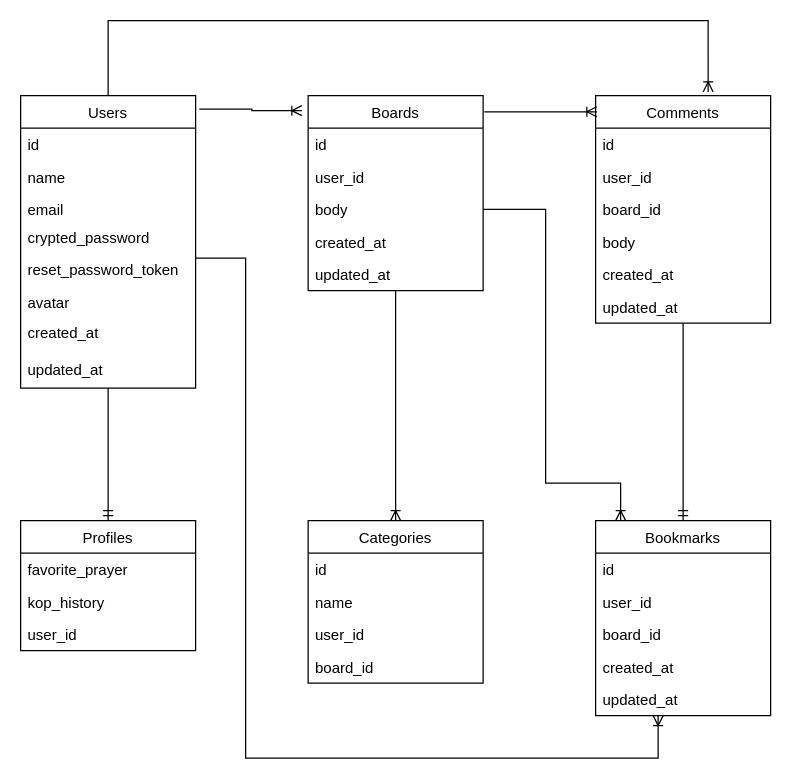
sasakix69/You_Will_Never_Walk_Alone keeps this draw.io diagram as er.drawio. Above is the earlier version. Source tidied: cells renumbered, new cells numbered last; positions are measured from the earlier drawing's top-left corner, leaving out a move shared by most shapes. Both pictures are drawn from the tidied source at 125%, with x=0, y=0 at pixel (20, 20).
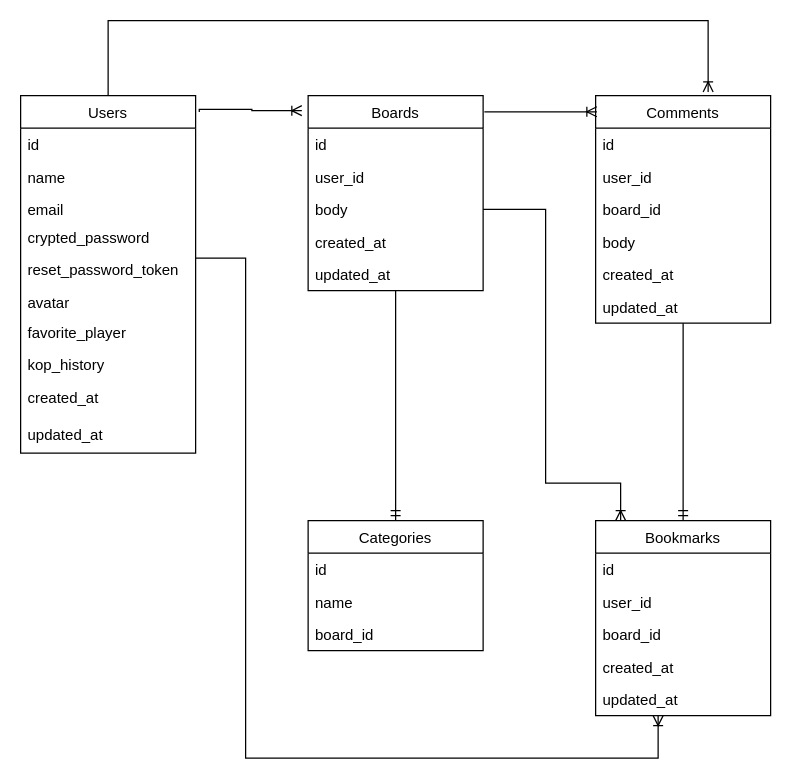
Above is the later version.

Unchanged cells that the change refers to:
```xml
<mxCell id="33" value="Boards" style="swimlane;fontStyle=0;horizontal=1;startSize=26;fillColor=none;" parent="1" vertex="1">
  <mxGeometry x="230" y="60" width="140" height="156" as="geometry" />
</mxCell>
```

Diff of the diagram source:
```diff
@@
-    <mxCell id="2" style="edgeStyle=none;rounded=0;jettySize=auto;html=1;entryX=0.5;entryY=0;entryDx=0;entryDy=0;endArrow=ERmandOne;endFill=0;" parent="1" edge="1" source="6" target="15">
-      <mxGeometry relative="1" as="geometry" />
-    </mxCell>
@@
     <mxCell id="6" value="Users" style="swimlane;fontStyle=0;horizontal=1;startSize=26;fillColor=none;" parent="1" vertex="1">
-      <mxGeometry y="60" width="140" height="234" as="geometry" />
+      <mxGeometry y="60" width="140" height="286" as="geometry" />
     </mxCell>
@@
+    <mxCell id="16" value="favorite_player" style="text;strokeColor=none;fillColor=none;align=left;verticalAlign=top;spacingLeft=4;spacingRight=4;overflow=hidden;" parent="6" vertex="1">
+      <mxGeometry y="176" width="140" height="26" as="geometry" />
+    </mxCell>
+    <mxCell id="17" value="kop_history" style="text;strokeColor=none;fillColor=none;align=left;verticalAlign=top;spacingLeft=4;spacingRight=4;overflow=hidden;" parent="6" vertex="1">
+      <mxGeometry y="202" width="140" height="26" as="geometry" />
+    </mxCell>
     <mxCell id="13" value="created_at" style="text;strokeColor=none;fillColor=none;align=left;verticalAlign=top;spacingLeft=4;spacingRight=4;overflow=hidden;" parent="6" vertex="1">
-      <mxGeometry y="176" width="140" height="30" as="geometry" />
+      <mxGeometry y="228" width="140" height="30" as="geometry" />
     </mxCell>
     <mxCell id="14" value="updated_at" style="text;strokeColor=none;fillColor=none;align=left;verticalAlign=top;spacingLeft=4;spacingRight=4;overflow=hidden;" parent="6" vertex="1">
-      <mxGeometry y="206" width="140" height="28" as="geometry" />
+      <mxGeometry y="258" width="140" height="28" as="geometry" />
     </mxCell>
-    <mxCell id="15" value="Profiles" style="swimlane;fontStyle=0;horizontal=1;startSize=26;fillColor=none;" parent="1" vertex="1">
-      <mxGeometry y="400" width="140" height="104" as="geometry" />
-    </mxCell>
-    <mxCell id="16" value="favorite_prayer" style="text;strokeColor=none;fillColor=none;align=left;verticalAlign=top;spacingLeft=4;spacingRight=4;overflow=hidden;" parent="15" vertex="1">
-      <mxGeometry y="26" width="140" height="26" as="geometry" />
-    </mxCell>
-    <mxCell id="17" value="kop_history" style="text;strokeColor=none;fillColor=none;align=left;verticalAlign=top;spacingLeft=4;spacingRight=4;overflow=hidden;" parent="15" vertex="1">
-      <mxGeometry y="52" width="140" height="26" as="geometry" />
-    </mxCell>
-    <mxCell id="18" value="user_id" style="text;strokeColor=none;fillColor=none;align=left;verticalAlign=top;spacingLeft=4;spacingRight=4;overflow=hidden;" parent="15" vertex="1">
-      <mxGeometry y="78" width="140" height="26" as="geometry" />
-    </mxCell>
@@
     <mxCell id="25" value="Categories" style="swimlane;fontStyle=0;horizontal=1;startSize=26;fillColor=none;" parent="1" vertex="1">
-      <mxGeometry x="230" y="400" width="140" height="130" as="geometry" />
+      <mxGeometry x="230" y="400" width="140" height="104" as="geometry" />
     </mxCell>
@@
-    <mxCell id="28" value="user_id" style="text;strokeColor=none;fillColor=none;align=left;verticalAlign=top;spacingLeft=4;spacingRight=4;overflow=hidden;" parent="25" vertex="1">
-      <mxGeometry y="78" width="140" height="26" as="geometry" />
-    </mxCell>
     <mxCell id="29" value="board_id" style="text;strokeColor=none;fillColor=none;align=left;verticalAlign=top;spacingLeft=4;spacingRight=4;overflow=hidden;" parent="25" vertex="1">
-      <mxGeometry y="104" width="140" height="26" as="geometry" />
+      <mxGeometry y="78" width="140" height="26" as="geometry" />
     </mxCell>
@@
-    <mxCell id="31" style="edgeStyle=orthogonalEdgeStyle;rounded=0;jettySize=auto;html=1;entryX=0.5;entryY=0;entryDx=0;entryDy=0;endArrow=ERoneToMany;endFill=0;" parent="1" edge="1" source="33" target="25">
+    <mxCell id="31" style="edgeStyle=orthogonalEdgeStyle;rounded=0;jettySize=auto;html=1;entryX=0.5;entryY=0;entryDx=0;entryDy=0;endArrow=ERmandOne;endFill=0;" parent="1" edge="1" source="33" target="25">
       <mxGeometry relative="1" as="geometry" />
     </mxCell>
```
